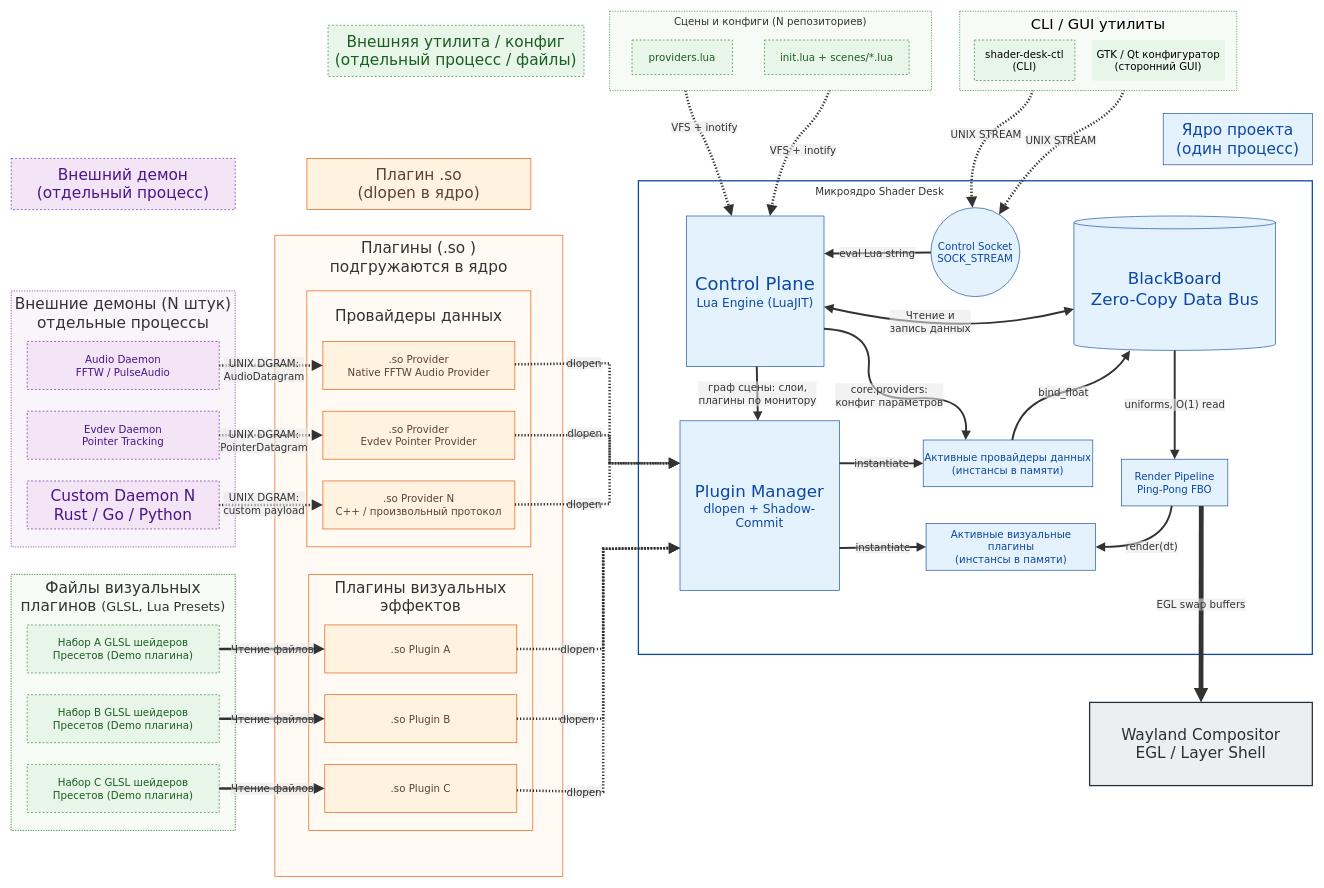
Above: docs/ru/diagram/XML/Архитектура.drawio.xml in KMartianov/shader-desk (draw.io), before the change. Source tidied: cells renumbered, new cells numbered last; positions are measured from the earlier drawing's top-left corner, leaving out a move shared by most shapes. Both pictures are drawn from the tidied source at 64%, with x=0, y=0 at pixel (11, 11).
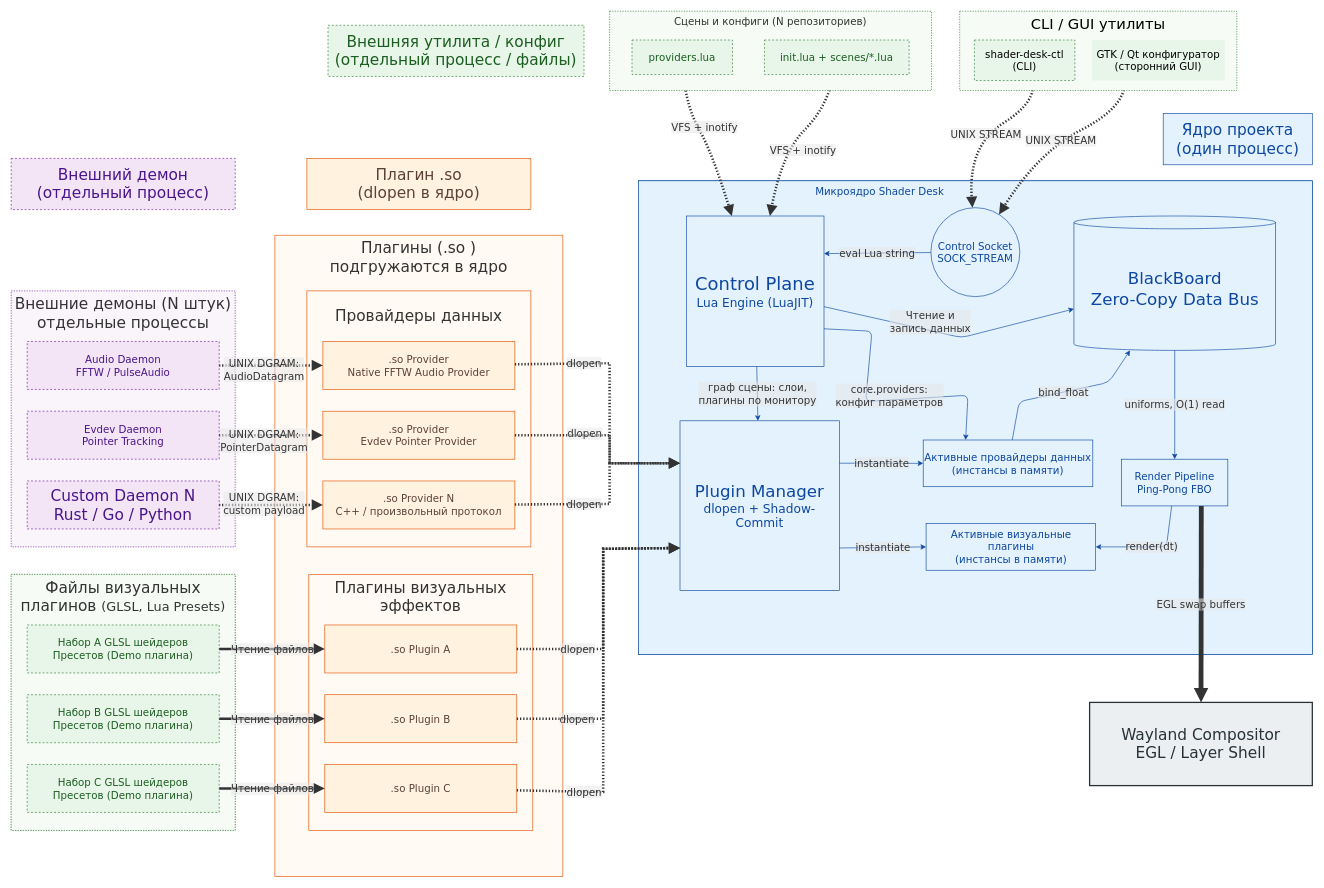
After the change.

What changed in the source:
```diff
@@
-    <mxCell id="2" style="group;" parent="1" vertex="1">
+    <mxCell id="2" style="group;fillColor=none;align=center;" parent="1" vertex="1">
       <mxGeometry x="980" y="160" width="1053" height="1050" as="geometry" />
     </mxCell>
-    <mxCell id="3" style="group;fillColor=default;" parent="2" vertex="1">
+    <mxCell id="3" style="group;fillColor=light-dark(#E3F2FD,#070B0E);fontColor=#0d47a1;strokeColor=#0d47a1;strokeWidth=1;align=center;verticalAlign=middle;fontFamily=Trebuchet MS,Verdana,Arial,sans-serif;fontSize=16;" parent="2" vertex="1">
       <mxGeometry y="105" width="1053" height="740" as="geometry" />
     </mxCell>
-    <mxCell id="4" value="&amp;nbsp; &amp;nbsp; &amp;nbsp; &amp;nbsp; &amp;nbsp; &amp;nbsp; &amp;nbsp; &amp;nbsp; &amp;nbsp; &amp;nbsp; &amp;nbsp; &amp;nbsp; &amp;nbsp; &amp;nbsp; &amp;nbsp; &amp;nbsp; &amp;nbsp; &amp;nbsp; &amp;nbsp; &amp;nbsp; &amp;nbsp; &amp;nbsp; &amp;nbsp; &amp;nbsp; &amp;nbsp; &amp;nbsp; &amp;nbsp; Микроядро Shader Desk" style="html=1;whiteSpace=wrap;strokeWidth=2;verticalAlign=top;fillColor=default;strokeColor=#0d47a1;fontColor=light-dark(#333333,#cccccc);fontFamily=Trebuchet MS,Verdana,Arial,sans-serif;fontSize=16;align=left;" parent="3" vertex="1">
+    <mxCell id="4" value="&amp;nbsp; &amp;nbsp; &amp;nbsp; &amp;nbsp; &amp;nbsp; &amp;nbsp; &amp;nbsp; &amp;nbsp; &amp;nbsp; &amp;nbsp; &amp;nbsp; &amp;nbsp; &amp;nbsp; &amp;nbsp; &amp;nbsp; &amp;nbsp; &amp;nbsp; &amp;nbsp; &amp;nbsp; &amp;nbsp; &amp;nbsp; &amp;nbsp; &amp;nbsp; &amp;nbsp; &amp;nbsp; &amp;nbsp; &amp;nbsp; Микроядро Shader Desk" style="html=1;whiteSpace=wrap;strokeWidth=1;verticalAlign=top;fillColor=light-dark(#E3F2FD,#001313);strokeColor=#0d47a1;fontColor=#0d47a1;fontFamily=Trebuchet MS,Verdana,Arial,sans-serif;fontSize=16;align=left;" parent="3" vertex="1">
       <mxGeometry width="1053" height="740" as="geometry" />
     </mxCell>
-    <mxCell id="5" style="group;" parent="3" vertex="1">
+    <mxCell id="5" style="group;strokeColor=none;strokeWidth=1;align=center;verticalAlign=middle;fontFamily=Trebuchet MS,Verdana,Arial,sans-serif;fontSize=16;fontColor=#0d47a1;fillColor=none;" parent="3" vertex="1">
       <mxGeometry x="65" y="42" width="930.5" height="598" as="geometry" />
     </mxCell>
-    <mxCell id="6" value="Render Pipeline&#10;Ping-Pong FBO" style="html=1;whiteSpace=wrap;strokeWidth=1;fillColor=#e3f2fd;strokeColor=#0d47a1;fontColor=#0d47a1;fontFamily=Trebuchet MS,Verdana,Arial,sans-serif;fontSize=16;" parent="5" vertex="1">
+    <mxCell id="6" value="Render Pipeline&#10;Ping-Pong FBO" style="html=1;whiteSpace=wrap;strokeWidth=1;fillColor=#e3f2fd;strokeColor=#0d47a1;fontColor=#0d47a1;fontFamily=Trebuchet MS,Verdana,Arial,sans-serif;fontSize=16;align=center;verticalAlign=middle;" parent="5" vertex="1">
       <mxGeometry x="690" y="393" width="166" height="73" as="geometry" />
     </mxCell>
-    <mxCell id="7" value="&lt;font style=&quot;font-size: 26px;&quot;&gt;BlackBoard&lt;br&gt;Zero-Copy Data Bus&lt;/font&gt;" style="html=1;shape=cylinder3;boundedLbl=1;backgroundOutline=1;size=10;strokeWidth=1;whiteSpace=wrap;fillColor=#e3f2fd;strokeColor=#0d47a1;fontColor=#0d47a1;fontFamily=Trebuchet MS,Verdana,Arial,sans-serif;fontSize=16;" parent="5" vertex="1">
+    <mxCell id="7" value="&lt;font style=&quot;font-size: 26px;&quot;&gt;BlackBoard&lt;br&gt;Zero-Copy Data Bus&lt;/font&gt;" style="html=1;shape=cylinder3;boundedLbl=1;backgroundOutline=1;size=10;strokeWidth=1;whiteSpace=wrap;fillColor=#e3f2fd;strokeColor=#0d47a1;fontColor=#0d47a1;fontFamily=Trebuchet MS,Verdana,Arial,sans-serif;fontSize=16;align=center;verticalAlign=middle;" parent="5" vertex="1">
       <mxGeometry x="615.5" y="13" width="315" height="210" as="geometry" />
     </mxCell>
-    <mxCell id="8" value="Control Socket&#10;SOCK_STREAM" style="ellipse;html=1;strokeWidth=1;whiteSpace=wrap;fillColor=#e3f2fd;strokeColor=#0d47a1;fontColor=#0d47a1;fontFamily=Trebuchet MS,Verdana,Arial,sans-serif;fontSize=16;" parent="5" vertex="1">
+    <mxCell id="8" value="Control Socket&#10;SOCK_STREAM" style="ellipse;html=1;strokeWidth=1;whiteSpace=wrap;fillColor=#e3f2fd;strokeColor=#0d47a1;fontColor=#0d47a1;fontFamily=Trebuchet MS,Verdana,Arial,sans-serif;fontSize=16;align=center;verticalAlign=middle;" parent="5" vertex="1">
       <mxGeometry x="392" width="139" height="139" as="geometry" />
     </mxCell>
-    <mxCell id="9" value="Активные провайдеры данных&#10;(инстансы в памяти)" style="html=1;whiteSpace=wrap;strokeWidth=1;fillColor=#e3f2fd;strokeColor=#0d47a1;fontColor=#0d47a1;fontFamily=Trebuchet MS,Verdana,Arial,sans-serif;fontSize=16;" parent="5" vertex="1">
+    <mxCell id="9" value="Активные провайдеры данных&#10;(инстансы в памяти)" style="html=1;whiteSpace=wrap;strokeWidth=1;fillColor=#e3f2fd;strokeColor=#0d47a1;fontColor=#0d47a1;fontFamily=Trebuchet MS,Verdana,Arial,sans-serif;fontSize=16;align=center;verticalAlign=middle;" parent="5" vertex="1">
       <mxGeometry x="380" y="363" width="265" height="73" as="geometry" />
     </mxCell>
-    <mxCell id="10" value="&lt;font style=&quot;&quot;&gt;&lt;font style=&quot;font-size: 28px;&quot;&gt;Control Plane&lt;/font&gt;&lt;br&gt;&lt;span style=&quot;font-size: 19px;&quot;&gt;Lua Engine (LuaJIT)&lt;/span&gt;&lt;/font&gt;" style="html=1;whiteSpace=wrap;strokeWidth=1;fillColor=#e3f2fd;strokeColor=#0d47a1;fontColor=#0d47a1;fontFamily=Trebuchet MS,Verdana,Arial,sans-serif;fontSize=16;" parent="5" vertex="1">
+    <mxCell id="10" value="&lt;font style=&quot;&quot;&gt;&lt;font style=&quot;font-size: 28px;&quot;&gt;Control Plane&lt;/font&gt;&lt;br&gt;&lt;span style=&quot;font-size: 19px;&quot;&gt;Lua Engine (LuaJIT)&lt;/span&gt;&lt;/font&gt;" style="html=1;whiteSpace=wrap;strokeWidth=1;fillColor=#e3f2fd;strokeColor=#0d47a1;fontColor=#0d47a1;fontFamily=Trebuchet MS,Verdana,Arial,sans-serif;fontSize=16;align=center;verticalAlign=middle;" parent="5" vertex="1">
       <mxGeometry x="10" y="13" width="215" height="235" as="geometry" />
     </mxCell>
-    <mxCell id="11" value="&lt;font style=&quot;&quot;&gt;&lt;font style=&quot;font-size: 26px;&quot;&gt;Plugin Manager&lt;/font&gt;&lt;br&gt;&lt;span style=&quot;font-size: 19px;&quot;&gt;dlopen + Shadow-Commit&lt;/span&gt;&lt;/font&gt;" style="html=1;whiteSpace=wrap;strokeWidth=1;fillColor=#e3f2fd;strokeColor=#0d47a1;fontColor=#0d47a1;fontFamily=Trebuchet MS,Verdana,Arial,sans-serif;fontSize=16;" parent="5" vertex="1">
+    <mxCell id="11" value="&lt;font style=&quot;&quot;&gt;&lt;font style=&quot;font-size: 26px;&quot;&gt;Plugin Manager&lt;/font&gt;&lt;br&gt;&lt;span style=&quot;font-size: 19px;&quot;&gt;dlopen + Shadow-Commit&lt;/span&gt;&lt;/font&gt;" style="html=1;whiteSpace=wrap;strokeWidth=1;fillColor=#e3f2fd;strokeColor=#0d47a1;fontColor=#0d47a1;fontFamily=Trebuchet MS,Verdana,Arial,sans-serif;fontSize=16;align=center;verticalAlign=middle;" parent="5" vertex="1">
       <mxGeometry y="333" width="249" height="265" as="geometry" />
     </mxCell>
-    <mxCell id="12" value="Активные визуальные плагины&#10;(инстансы в памяти)" style="html=1;whiteSpace=wrap;strokeWidth=1;fillColor=#e3f2fd;strokeColor=#0d47a1;fontColor=#0d47a1;fontFamily=Trebuchet MS,Verdana,Arial,sans-serif;fontSize=16;" parent="5" vertex="1">
+    <mxCell id="12" value="Активные визуальные плагины&#10;(инстансы в памяти)" style="html=1;whiteSpace=wrap;strokeWidth=1;fillColor=#e3f2fd;strokeColor=#0d47a1;fontColor=#0d47a1;fontFamily=Trebuchet MS,Verdana,Arial,sans-serif;fontSize=16;align=center;verticalAlign=middle;" parent="5" vertex="1">
       <mxGeometry x="384.5" y="493.5" width="265" height="73" as="geometry" />
     </mxCell>
-    <mxCell id="13" value="uniforms, O(1) read" style="curved=1;startArrow=none;endArrow=block;endSize=7;strokeColor=light-dark(#333333,#cccccc);html=1;fontSize=16;labelBackgroundColor=light-dark(#E8E8E88D,#2a2a2a8D);fontFamily=Trebuchet MS,Verdana,Arial,sans-serif;fontColor=light-dark(#333333,#cccccc);rounded=0;strokeWidth=3;" parent="5" edge="1" source="7" target="6">
+    <mxCell id="13" value="uniforms, O(1) read" style="strokeColor=#0d47a1;html=1;fontSize=16;fontFamily=Trebuchet MS,Verdana,Arial,sans-serif;fontColor=light-dark(#333333,#cccccc);strokeWidth=1;align=center;verticalAlign=middle;fillColor=#e3f2fd;fontStyle=0;labelBackgroundColor=light-dark(#E8E8E88D,#2a2a2a8D);horizontal=1;" parent="5" edge="1" source="7" target="6">
       <mxGeometry relative="1" as="geometry" />
     </mxCell>
-    <mxCell id="14" value="bind_float" style="curved=1;startArrow=none;endArrow=block;endSize=7;strokeColor=light-dark(#333333,#cccccc);html=1;fontSize=16;labelBackgroundColor=light-dark(#E8E8E88D,#2a2a2a8D);fontFamily=Trebuchet MS,Verdana,Arial,sans-serif;fontColor=light-dark(#333333,#cccccc);rounded=0;strokeWidth=3;" parent="5" edge="1" source="9" target="7">
+    <mxCell id="14" value="bind_float" style="strokeColor=#0d47a1;html=1;fontSize=16;fontFamily=Trebuchet MS,Verdana,Arial,sans-serif;fontColor=light-dark(#333333,#cccccc);strokeWidth=1;align=center;verticalAlign=middle;fillColor=#e3f2fd;fontStyle=0;labelBackgroundColor=light-dark(#E8E8E88D,#2a2a2a8D);horizontal=1;" parent="5" edge="1" source="9" target="7">
       <mxGeometry relative="1" as="geometry">
         <Array as="points">
           <mxPoint x="530" y="303" />
           <mxPoint x="670" y="273" />
         </Array>
       </mxGeometry>
     </mxCell>
-    <mxCell id="15" value="Чтение и&lt;br&gt;запись данных" style="curved=1;startArrow=block;startSize=7;endArrow=block;endSize=7;strokeColor=light-dark(#333333,#cccccc);html=1;fontSize=16;labelBackgroundColor=light-dark(#E8E8E88D,#2a2a2a8D);fontFamily=Trebuchet MS,Verdana,Arial,sans-serif;fontColor=light-dark(#333333,#cccccc);rounded=0;strokeWidth=3;" parent="5" edge="1" source="10" target="7">
+    <mxCell id="15" value="Чтение и&lt;br&gt;запись данных" style="strokeColor=#0d47a1;html=1;fontSize=16;fontFamily=Trebuchet MS,Verdana,Arial,sans-serif;fontColor=light-dark(#333333,#cccccc);strokeWidth=1;align=center;verticalAlign=middle;fillColor=#e3f2fd;fontStyle=0;labelBackgroundColor=light-dark(#E8E8E88D,#2a2a2a8D);horizontal=1;" parent="5" edge="1" source="10" target="7">
       <mxGeometry x="-0.17" y="13" relative="1" as="geometry">
         <Array as="points">
           <mxPoint x="440" y="203" />
         </Array>
       </mxGeometry>
     </mxCell>
-    <mxCell id="16" value="eval Lua string" style="curved=1;startArrow=none;endArrow=block;endSize=7;strokeColor=light-dark(#333333,#cccccc);html=1;fontSize=16;labelBackgroundColor=light-dark(#E8E8E88D,#2a2a2a8D);fontFamily=Trebuchet MS,Verdana,Arial,sans-serif;fontColor=light-dark(#333333,#cccccc);rounded=0;entryX=1;entryY=0.25;entryDx=0;entryDy=0;strokeWidth=3;" parent="5" edge="1" source="8" target="10">
+    <mxCell id="16" value="eval Lua string" style="strokeColor=#0d47a1;html=1;fontSize=16;fontFamily=Trebuchet MS,Verdana,Arial,sans-serif;fontColor=light-dark(#333333,#cccccc);entryX=1;entryY=0.25;entryDx=0;entryDy=0;strokeWidth=1;align=center;verticalAlign=middle;fillColor=#e3f2fd;fontStyle=0;labelBackgroundColor=light-dark(#E8E8E88D,#2a2a2a8D);horizontal=1;" parent="5" edge="1" source="8" target="10">
       <mxGeometry relative="1" as="geometry" />
     </mxCell>
-    <mxCell id="17" value="core.providers:&lt;br&gt;конфиг параметров" style="curved=1;startArrow=none;endArrow=block;endSize=7;strokeColor=light-dark(#333333,#cccccc);html=1;fontSize=16;labelBackgroundColor=light-dark(#E8E8E88D,#2a2a2a8D);fontFamily=Trebuchet MS,Verdana,Arial,sans-serif;fontColor=light-dark(#333333,#cccccc);rounded=0;exitX=1;exitY=0.75;exitDx=0;exitDy=0;entryX=0.25;entryY=0;entryDx=0;entryDy=0;strokeWidth=3;" parent="5" edge="1" source="10" target="9">
+    <mxCell id="17" value="core.providers:&lt;br&gt;конфиг параметров" style="strokeColor=#0d47a1;html=1;fontSize=16;fontFamily=Trebuchet MS,Verdana,Arial,sans-serif;fontColor=light-dark(#333333,#cccccc);exitX=1;exitY=0.75;exitDx=0;exitDy=0;entryX=0.25;entryY=0;entryDx=0;entryDy=0;strokeWidth=1;align=center;verticalAlign=middle;fillColor=#e3f2fd;fontStyle=0;labelBackgroundColor=light-dark(#E8E8E88D,#2a2a2a8D);horizontal=1;" parent="5" edge="1" source="10" target="9">
       <mxGeometry x="0.07" y="7" relative="1" as="geometry">
         <Array as="points">
           <mxPoint x="300" y="193" />
           <mxPoint x="290" y="303" />
           <mxPoint x="450" y="293" />
         </Array>
       </mxGeometry>
     </mxCell>
-    <mxCell id="18" value="instantiate" style="curved=1;startArrow=none;endArrow=block;endSize=7;strokeColor=light-dark(#333333,#cccccc);html=1;fontSize=16;labelBackgroundColor=light-dark(#E8E8E88D,#2a2a2a8D);fontFamily=Trebuchet MS,Verdana,Arial,sans-serif;fontColor=light-dark(#333333,#cccccc);rounded=0;exitX=1;exitY=0.25;exitDx=0;exitDy=0;entryX=0;entryY=0.5;entryDx=0;entryDy=0;strokeWidth=3;" parent="5" edge="1" source="11" target="9">
+    <mxCell id="18" value="instantiate" style="strokeColor=#0d47a1;html=1;fontSize=16;fontFamily=Trebuchet MS,Verdana,Arial,sans-serif;fontColor=light-dark(#333333,#cccccc);exitX=1;exitY=0.25;exitDx=0;exitDy=0;entryX=0;entryY=0.5;entryDx=0;entryDy=0;strokeWidth=1;align=center;verticalAlign=middle;fillColor=#e3f2fd;fontStyle=0;labelBackgroundColor=light-dark(#E8E8E88D,#2a2a2a8D);horizontal=1;" parent="5" edge="1" source="11" target="9">
       <mxGeometry relative="1" as="geometry" />
     </mxCell>
-    <mxCell id="19" value="граф сцены: слои,&lt;br&gt;плагины по монитору" style="curved=1;startArrow=none;endArrow=block;endSize=7;strokeColor=light-dark(#333333,#cccccc);html=1;fontSize=16;labelBackgroundColor=light-dark(#E8E8E88D,#2a2a2a8D);fontFamily=Trebuchet MS,Verdana,Arial,sans-serif;fontColor=light-dark(#333333,#cccccc);rounded=0;strokeWidth=3;" parent="5" edge="1" source="10" target="11">
+    <mxCell id="19" value="граф сцены: слои,&lt;br&gt;плагины по монитору" style="strokeColor=#0d47a1;html=1;fontSize=16;fontFamily=Trebuchet MS,Verdana,Arial,sans-serif;fontColor=light-dark(#333333,#cccccc);strokeWidth=1;align=center;verticalAlign=middle;fillColor=#e3f2fd;fontStyle=0;labelBackgroundColor=light-dark(#E8E8E88D,#2a2a2a8D);horizontal=1;" parent="5" edge="1" source="10" target="11">
       <mxGeometry relative="1" as="geometry" />
     </mxCell>
-    <mxCell id="20" value="render(dt)" style="curved=1;startArrow=none;endArrow=block;endSize=7;strokeColor=light-dark(#333333,#cccccc);html=1;fontSize=16;labelBackgroundColor=light-dark(#E8E8E88D,#2a2a2a8D);fontFamily=Trebuchet MS,Verdana,Arial,sans-serif;fontColor=light-dark(#333333,#cccccc);rounded=0;strokeWidth=3;" parent="5" edge="1" source="6" target="12">
+    <mxCell id="20" value="render(dt)" style="strokeColor=#0d47a1;html=1;fontSize=16;fontFamily=Trebuchet MS,Verdana,Arial,sans-serif;fontColor=light-dark(#333333,#cccccc);strokeWidth=1;align=center;verticalAlign=middle;fillColor=#e3f2fd;fontStyle=0;labelBackgroundColor=light-dark(#E8E8E88D,#2a2a2a8D);horizontal=1;" parent="5" edge="1" source="6" target="12">
       <mxGeometry relative="1" as="geometry">
         <Array as="points">
           <mxPoint x="760" y="530" />
         </Array>
       </mxGeometry>
     </mxCell>
-    <mxCell id="21" value="instantiate" style="curved=1;startArrow=none;endArrow=block;endSize=7;strokeColor=light-dark(#333333,#cccccc);html=1;fontSize=16;labelBackgroundColor=light-dark(#E8E8E88D,#2a2a2a8D);fontFamily=Trebuchet MS,Verdana,Arial,sans-serif;fontColor=light-dark(#333333,#cccccc);rounded=0;exitX=1;exitY=0.75;exitDx=0;exitDy=0;entryX=0;entryY=0.5;entryDx=0;entryDy=0;strokeWidth=3;" parent="5" edge="1" source="11" target="12">
+    <mxCell id="21" value="instantiate" style="strokeColor=#0d47a1;html=1;fontSize=16;fontFamily=Trebuchet MS,Verdana,Arial,sans-serif;fontColor=light-dark(#333333,#cccccc);exitX=1;exitY=0.75;exitDx=0;exitDy=0;entryX=0;entryY=0.5;entryDx=0;entryDy=0;strokeWidth=1;align=center;verticalAlign=middle;fillColor=#e3f2fd;fontStyle=0;labelBackgroundColor=light-dark(#E8E8E88D,#2a2a2a8D);horizontal=1;" parent="5" edge="1" source="11" target="12">
       <mxGeometry relative="1" as="geometry" />
     </mxCell>
```
